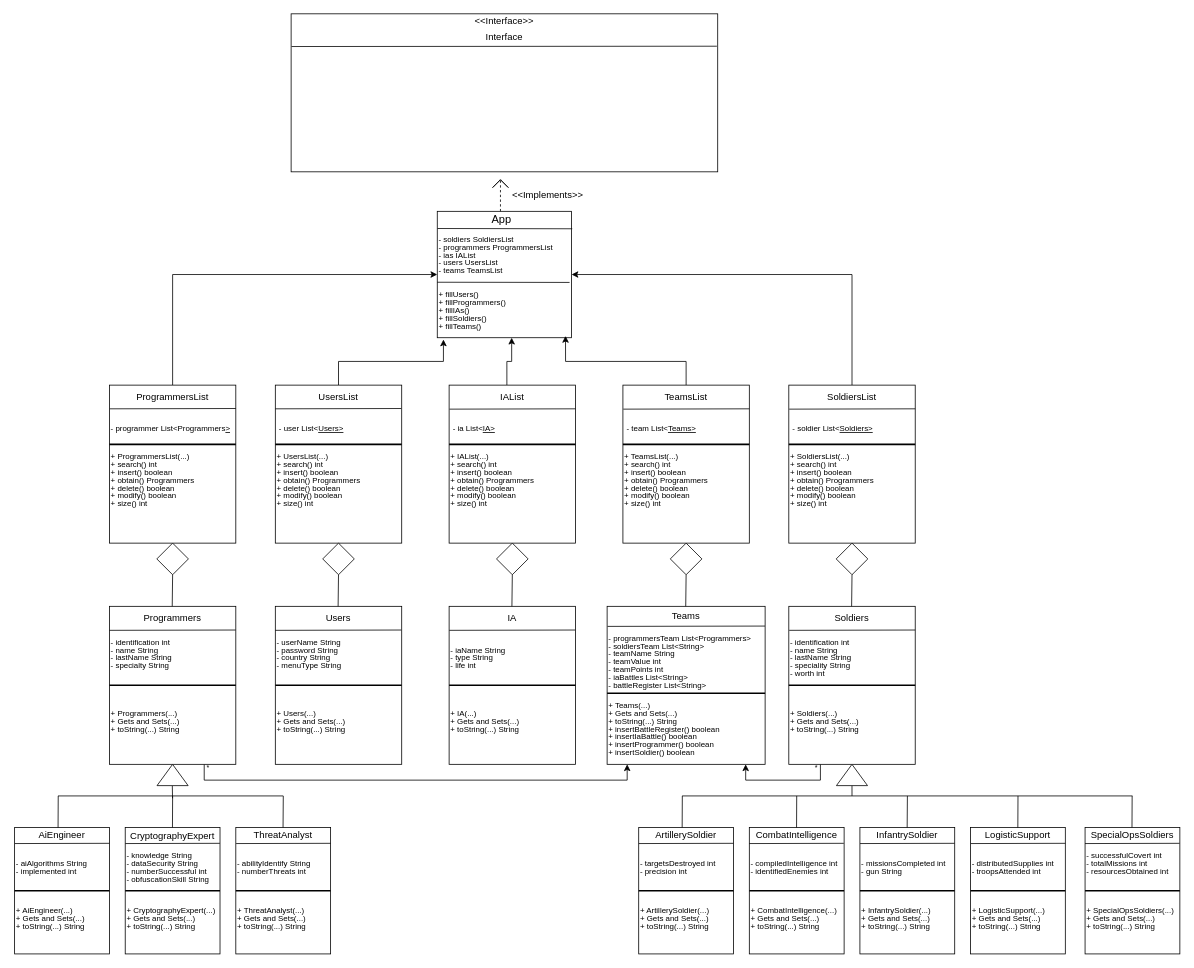
This is Untitled Diagram.drawio from elfaldia/Proyectos-del-faldia-JavaScript, a draw.io file, before an edit. Source tidied: cells renumbered, new cells numbered last; positions are measured from the earlier drawing's top-left corner, leaving out a move shared by most shapes. Both pictures are drawn from the tidied source at 79%, with x=0, y=0 at pixel (14, 13).
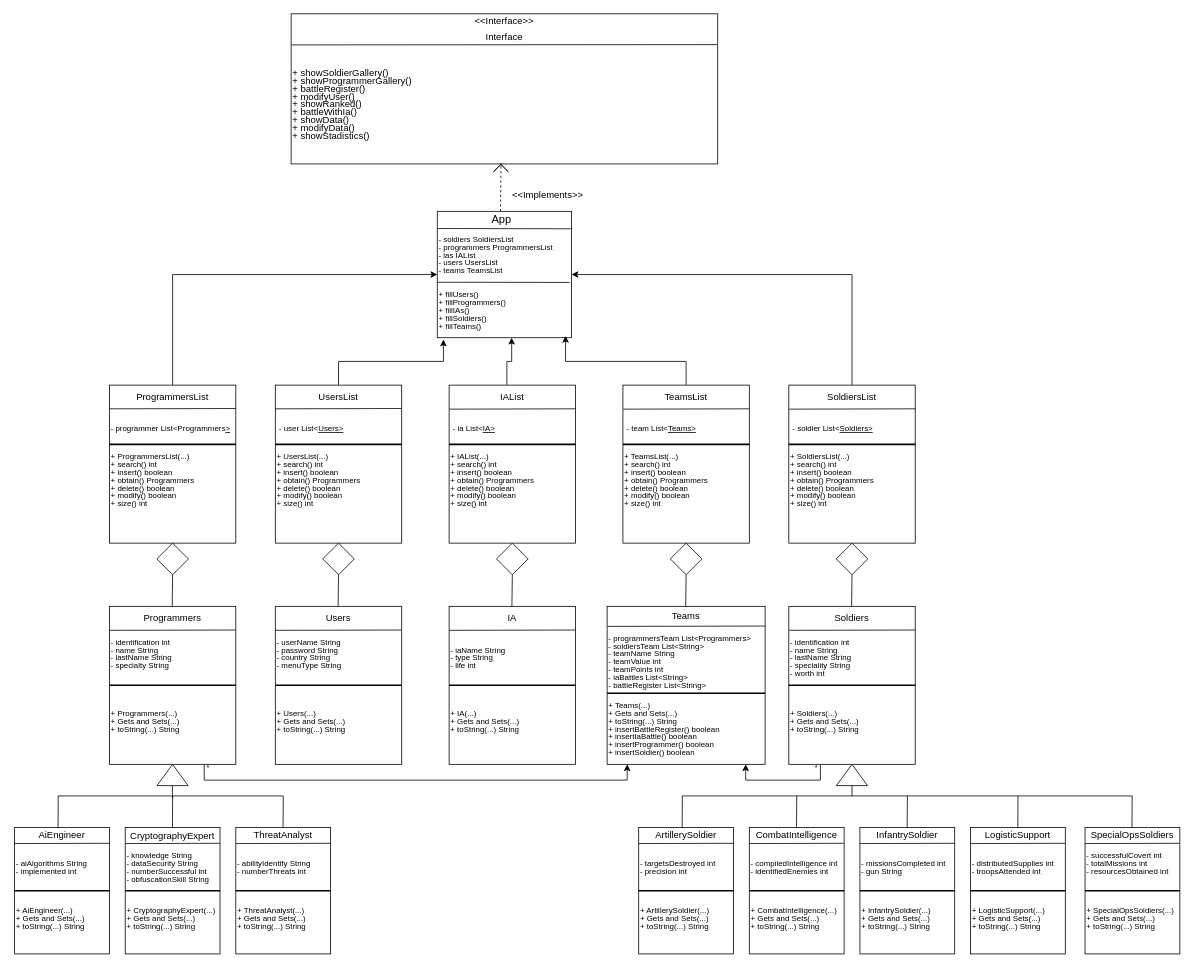
After the change.

Diff of the diagram source:
```diff
@@
     <mxCell id="2" style="rounded=0;whiteSpace=wrap;html=1;" parent="1" vertex="1">
-      <mxGeometry x="350" width="540" height="200" as="geometry" />
+      <mxGeometry x="350" width="540" height="190" as="geometry" />
     </mxCell>
@@
-    <mxCell id="9" style="endArrow=none;dashed=1;html=1;rounded=0;" parent="1" edge="1">
+    <mxCell id="9" style="endArrow=none;dashed=1;html=1;rounded=0;entryX=0.492;entryY=1.012;entryDx=0;entryDy=0;entryPerimeter=0;" parent="1" edge="1" target="2">
       <mxGeometry relative="1" as="geometry">
         <mxPoint x="615" y="250" as="sourcePoint" />
-        <mxPoint x="615" y="210" as="targetPoint" />
       </mxGeometry>
     </mxCell>
     <mxCell id="10" style="endArrow=none;html=1;rounded=0;" parent="1" edge="1">
       <mxGeometry relative="1" as="geometry">
-        <mxPoint x="605" y="220" as="sourcePoint" />
-        <mxPoint x="605" y="220" as="targetPoint" />
+        <mxPoint x="606.2" y="200" as="sourcePoint" />
+        <mxPoint x="606.2" y="200" as="targetPoint" />
         <Array as="points">
-          <mxPoint x="615" y="210" />
+          <mxPoint x="616.2" y="190" />
         </Array>
       </mxGeometry>
     </mxCell>
     <mxCell id="11" style="endArrow=none;html=1;rounded=0;" parent="1" edge="1">
       <mxGeometry relative="1" as="geometry">
-        <mxPoint x="615" y="210" as="sourcePoint" />
-        <mxPoint x="615" y="210" as="targetPoint" />
+        <mxPoint x="615" y="190" as="sourcePoint" />
+        <mxPoint x="615" y="190" as="targetPoint" />
         <Array as="points">
-          <mxPoint x="625" y="220" />
+          <mxPoint x="625" y="200" />
         </Array>
       </mxGeometry>
     </mxCell>
@@
+    <mxCell id="254" value="+ showSoldierGallery()" style="text;html=1;strokeColor=none;fillColor=none;align=left;verticalAlign=middle;whiteSpace=wrap;rounded=0;fontStyle=0;fontSize=12;" parent="1" vertex="1">
+      <mxGeometry x="350" y="70" width="275" height="10" as="geometry" />
+    </mxCell>
+    <mxCell id="255" value="+ showProgrammerGallery()" style="text;html=1;strokeColor=none;fillColor=none;align=left;verticalAlign=middle;whiteSpace=wrap;rounded=0;fontStyle=0;fontSize=12;" parent="1" vertex="1">
+      <mxGeometry x="350" y="80" width="275" height="10" as="geometry" />
+    </mxCell>
+    <mxCell id="256" value="+ battleRegister()" style="text;html=1;strokeColor=none;fillColor=none;align=left;verticalAlign=middle;whiteSpace=wrap;rounded=0;fontStyle=0;fontSize=12;" parent="1" vertex="1">
+      <mxGeometry x="350" y="90" width="275" height="10" as="geometry" />
+    </mxCell>
+    <mxCell id="257" value="+ modifyUser()" style="text;html=1;strokeColor=none;fillColor=none;align=left;verticalAlign=middle;whiteSpace=wrap;rounded=0;fontStyle=0;fontSize=12;" parent="1" vertex="1">
+      <mxGeometry x="350" y="100" width="275" height="10" as="geometry" />
+    </mxCell>
+    <mxCell id="258" value="+ showRanked()" style="text;html=1;strokeColor=none;fillColor=none;align=left;verticalAlign=middle;whiteSpace=wrap;rounded=0;fontStyle=0;fontSize=12;" parent="1" vertex="1">
+      <mxGeometry x="350" y="110" width="275" height="10" as="geometry" />
+    </mxCell>
+    <mxCell id="259" value="+ battleWithIa()" style="text;html=1;strokeColor=none;fillColor=none;align=left;verticalAlign=middle;whiteSpace=wrap;rounded=0;fontStyle=0;fontSize=12;" parent="1" vertex="1">
+      <mxGeometry x="350" y="120" width="275" height="10" as="geometry" />
+    </mxCell>
+    <mxCell id="260" value="+ showData()" style="text;html=1;strokeColor=none;fillColor=none;align=left;verticalAlign=middle;whiteSpace=wrap;rounded=0;fontStyle=0;fontSize=12;" parent="1" vertex="1">
+      <mxGeometry x="350" y="130" width="275" height="10" as="geometry" />
+    </mxCell>
+    <mxCell id="261" value="+ modifyData()" style="text;html=1;strokeColor=none;fillColor=none;align=left;verticalAlign=middle;whiteSpace=wrap;rounded=0;fontStyle=0;fontSize=12;" parent="1" vertex="1">
+      <mxGeometry x="350" y="140" width="275" height="10" as="geometry" />
+    </mxCell>
+    <mxCell id="262" value="+ showStadistics()" style="text;html=1;strokeColor=none;fillColor=none;align=left;verticalAlign=middle;whiteSpace=wrap;rounded=0;fontStyle=0;fontSize=12;" parent="1" vertex="1">
+      <mxGeometry x="350" y="150" width="275" height="10" as="geometry" />
+    </mxCell>
```
